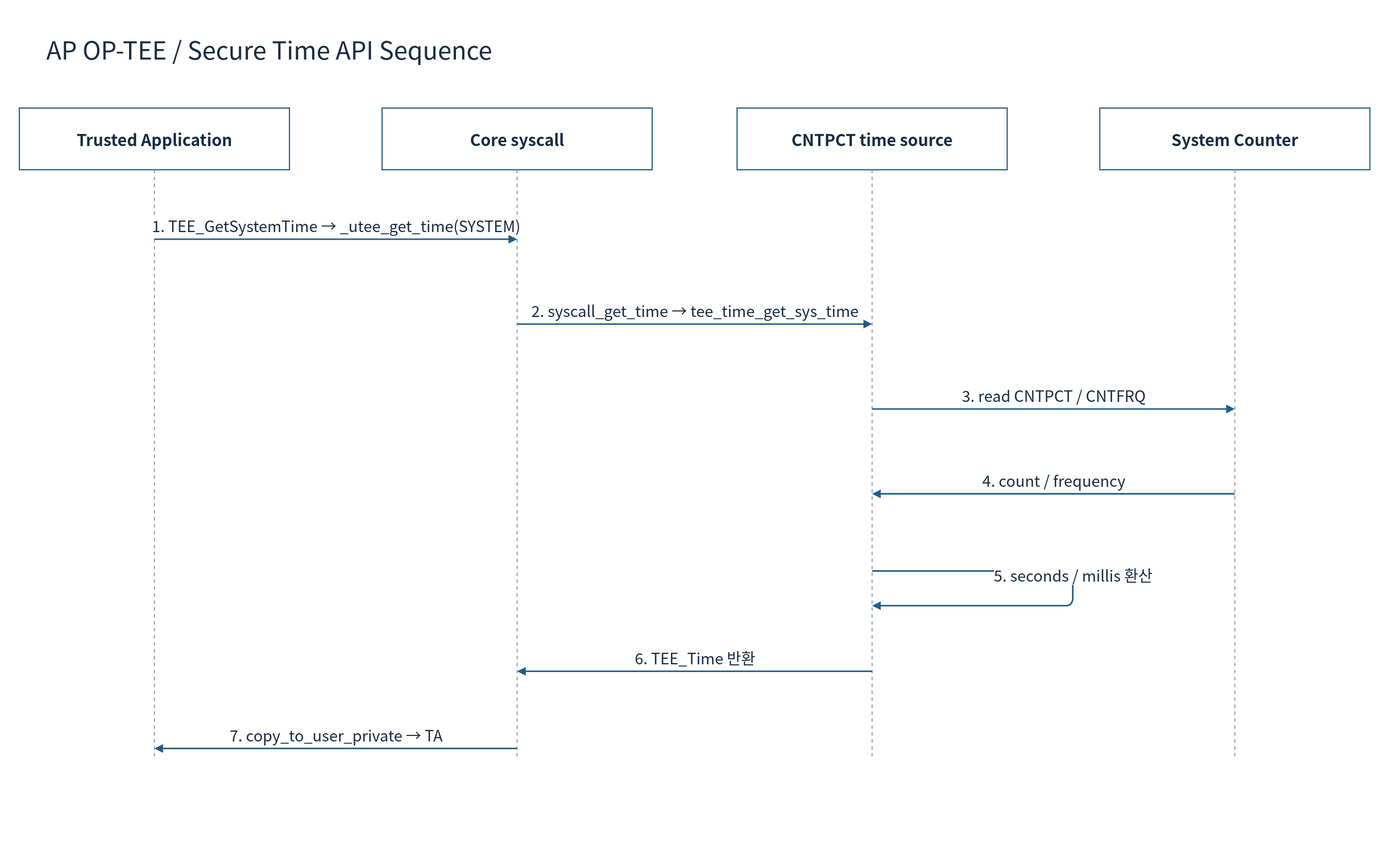
This is doc/phase1/timer/diagrams/08e-optee-time-sequence.drawio.svg from cometzero/project-apollo, a draw.io export, as it was before one commit. Source tidied: cells renumbered, new cells last; positions are measured from the earlier drawing's top-left corner, leaving out a move shared by most shapes. Source of this version:
```xml
<mxGraphModel background="#FFFFFF">
  <root>
    <mxCell id="0" />
    <mxCell id="1" parent="0" />
    <mxCell id="2" style="rounded=0;whiteSpace=wrap;html=1;fillColor=#FFFFFF;strokeColor=none;strokeWidth=1.5;fontColor=#172C43;fontFamily=Noto Sans CJK KR;fontSize=22;spacing=10;" parent="1" vertex="1">
      <mxGeometry width="1800" height="1120" as="geometry" />
    </mxCell>
    <mxCell id="3" value="AP OP-TEE / Secure Time API Sequence" style="rounded=0;whiteSpace=wrap;html=1;fillColor=#FFFFFF;strokeColor=none;strokeWidth=1.5;fontColor=#172C43;fontFamily=Noto Sans CJK KR;fontSize=22;spacing=10;fontSize=32;align=left;" parent="1" vertex="1">
      <mxGeometry x="50" y="30" width="1700" height="65" as="geometry" />
    </mxCell>
    <mxCell id="4" value="Trusted Application" style="rounded=0;whiteSpace=wrap;html=1;fillColor=#FFFFFF;strokeColor=#235D86;strokeWidth=1.5;fontColor=#172C43;fontFamily=Noto Sans CJK KR;fontSize=22;spacing=10;fontStyle=1;fontSize=21;" parent="1" vertex="1">
      <mxGeometry x="25" y="140" width="350" height="80" as="geometry" />
    </mxCell>
    <mxCell id="5" style="endArrow=none;dashed=1;strokeColor=#94A3B8;strokeWidth=1.5;" parent="1" edge="1">
      <mxGeometry relative="1" as="geometry">
        <mxPoint x="200" y="220" as="sourcePoint" />
        <mxPoint x="200" y="980" as="targetPoint" />
      </mxGeometry>
    </mxCell>
    <mxCell id="6" value="Core syscall" style="rounded=0;whiteSpace=wrap;html=1;fillColor=#FFFFFF;strokeColor=#235D86;strokeWidth=1.5;fontColor=#172C43;fontFamily=Noto Sans CJK KR;fontSize=22;spacing=10;fontStyle=1;fontSize=21;" parent="1" vertex="1">
      <mxGeometry x="495" y="140" width="350" height="80" as="geometry" />
    </mxCell>
    <mxCell id="7" style="endArrow=none;dashed=1;strokeColor=#94A3B8;strokeWidth=1.5;" parent="1" edge="1">
      <mxGeometry relative="1" as="geometry">
        <mxPoint x="670" y="220" as="sourcePoint" />
        <mxPoint x="670" y="980" as="targetPoint" />
      </mxGeometry>
    </mxCell>
    <mxCell id="8" value="CNTPCT time source" style="rounded=0;whiteSpace=wrap;html=1;fillColor=#FFFFFF;strokeColor=#235D86;strokeWidth=1.5;fontColor=#172C43;fontFamily=Noto Sans CJK KR;fontSize=22;spacing=10;fontStyle=1;fontSize=21;" parent="1" vertex="1">
      <mxGeometry x="955" y="140" width="350" height="80" as="geometry" />
    </mxCell>
    <mxCell id="9" style="endArrow=none;dashed=1;strokeColor=#94A3B8;strokeWidth=1.5;" parent="1" edge="1">
      <mxGeometry relative="1" as="geometry">
        <mxPoint x="1130" y="220" as="sourcePoint" />
        <mxPoint x="1130" y="980" as="targetPoint" />
      </mxGeometry>
    </mxCell>
    <mxCell id="10" value="System Counter" style="rounded=0;whiteSpace=wrap;html=1;fillColor=#FFFFFF;strokeColor=#235D86;strokeWidth=1.5;fontColor=#172C43;fontFamily=Noto Sans CJK KR;fontSize=22;spacing=10;fontStyle=1;fontSize=21;" parent="1" vertex="1">
      <mxGeometry x="1425" y="140" width="350" height="80" as="geometry" />
    </mxCell>
    <mxCell id="11" style="endArrow=none;dashed=1;strokeColor=#94A3B8;strokeWidth=1.5;" parent="1" edge="1">
      <mxGeometry relative="1" as="geometry">
        <mxPoint x="1600" y="220" as="sourcePoint" />
        <mxPoint x="1600" y="980" as="targetPoint" />
      </mxGeometry>
    </mxCell>
    <mxCell id="12" value="1. TEE_GetSystemTime → _utee_get_time(SYSTEM)" style="edgeStyle=none;html=1;endArrow=block;endFill=1;strokeColor=#235D86;strokeWidth=2;fontColor=#172C43;fontFamily=Noto Sans CJK KR;fontSize=20;labelBackgroundColor=#FFFFFF;" parent="1" edge="1">
      <mxGeometry relative="1" as="geometry">
        <mxPoint x="200" y="310" as="sourcePoint" />
        <mxPoint x="670" y="310" as="targetPoint" />
        <mxPoint y="-18" as="offset" />
      </mxGeometry>
    </mxCell>
    <mxCell id="13" value="2. syscall_get_time → tee_time_get_sys_time" style="edgeStyle=none;html=1;endArrow=block;endFill=1;strokeColor=#235D86;strokeWidth=2;fontColor=#172C43;fontFamily=Noto Sans CJK KR;fontSize=20;labelBackgroundColor=#FFFFFF;" parent="1" edge="1">
      <mxGeometry relative="1" as="geometry">
        <mxPoint x="670" y="420" as="sourcePoint" />
        <mxPoint x="1130" y="420" as="targetPoint" />
        <mxPoint y="-18" as="offset" />
      </mxGeometry>
    </mxCell>
    <mxCell id="14" value="3. read CNTPCT / CNTFRQ" style="edgeStyle=none;html=1;endArrow=block;endFill=1;strokeColor=#235D86;strokeWidth=2;fontColor=#172C43;fontFamily=Noto Sans CJK KR;fontSize=20;labelBackgroundColor=#FFFFFF;" parent="1" edge="1">
      <mxGeometry relative="1" as="geometry">
        <mxPoint x="1130" y="530" as="sourcePoint" />
        <mxPoint x="1600" y="530" as="targetPoint" />
        <mxPoint y="-18" as="offset" />
      </mxGeometry>
    </mxCell>
    <mxCell id="15" value="4. count / frequency" style="edgeStyle=none;html=1;endArrow=block;endFill=1;strokeColor=#235D86;strokeWidth=2;fontColor=#172C43;fontFamily=Noto Sans CJK KR;fontSize=20;labelBackgroundColor=#FFFFFF;" parent="1" edge="1">
      <mxGeometry relative="1" as="geometry">
        <mxPoint x="1600" y="640" as="sourcePoint" />
        <mxPoint x="1130" y="640" as="targetPoint" />
        <mxPoint y="-18" as="offset" />
      </mxGeometry>
    </mxCell>
    <mxCell id="16" value="5. seconds / millis 환산" style="edgeStyle=none;html=1;endArrow=block;endFill=1;strokeColor=#235D86;strokeWidth=2;fontColor=#172C43;fontFamily=Noto Sans CJK KR;fontSize=20;labelBackgroundColor=#FFFFFF;" parent="1" edge="1">
      <mxGeometry relative="1" as="geometry">
        <mxPoint x="1130" y="740" as="sourcePoint" />
        <mxPoint x="1130" y="785" as="targetPoint" />
        <Array as="points">
          <mxPoint x="1390" y="740" />
          <mxPoint x="1390" y="785" />
        </Array>
        <mxPoint y="-18" as="offset" />
      </mxGeometry>
    </mxCell>
    <mxCell id="17" value="6. TEE_Time 반환" style="edgeStyle=none;html=1;endArrow=block;endFill=1;strokeColor=#235D86;strokeWidth=2;fontColor=#172C43;fontFamily=Noto Sans CJK KR;fontSize=20;labelBackgroundColor=#FFFFFF;" parent="1" edge="1">
      <mxGeometry relative="1" as="geometry">
        <mxPoint x="1130" y="870" as="sourcePoint" />
        <mxPoint x="670" y="870" as="targetPoint" />
        <mxPoint y="-18" as="offset" />
      </mxGeometry>
    </mxCell>
    <mxCell id="18" value="7. copy_to_user_private → TA" style="edgeStyle=none;html=1;endArrow=block;endFill=1;strokeColor=#235D86;strokeWidth=2;fontColor=#172C43;fontFamily=Noto Sans CJK KR;fontSize=20;labelBackgroundColor=#FFFFFF;" parent="1" edge="1">
      <mxGeometry relative="1" as="geometry">
        <mxPoint x="670" y="970" as="sourcePoint" />
        <mxPoint x="200" y="970" as="targetPoint" />
        <mxPoint y="-18" as="offset" />
      </mxGeometry>
    </mxCell>
  </root>
</mxGraphModel>
```
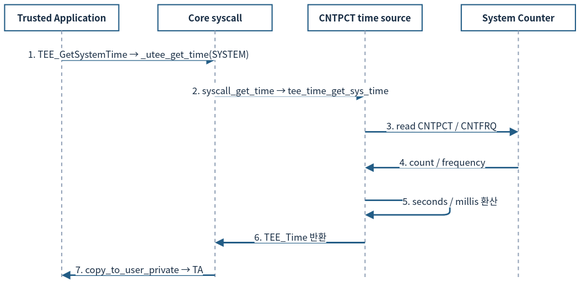
After the change.

What changed in the source:
```diff
@@ -2,99 +2,93 @@
   <root>
     <mxCell id="0" />
     <mxCell id="1" parent="0" />
-    <mxCell id="2" style="rounded=0;whiteSpace=wrap;html=1;fillColor=#FFFFFF;strokeColor=none;strokeWidth=1.5;fontColor=#172C43;fontFamily=Noto Sans CJK KR;fontSize=22;spacing=10;" parent="1" vertex="1">
-      <mxGeometry width="1800" height="1120" as="geometry" />
-    </mxCell>
-    <mxCell id="3" value="AP OP-TEE / Secure Time API Sequence" style="rounded=0;whiteSpace=wrap;html=1;fillColor=#FFFFFF;strokeColor=none;strokeWidth=1.5;fontColor=#172C43;fontFamily=Noto Sans CJK KR;fontSize=22;spacing=10;fontSize=32;align=left;" parent="1" vertex="1">
-      <mxGeometry x="50" y="30" width="1700" height="65" as="geometry" />
-    </mxCell>
-    <mxCell id="4" value="Trusted Application" style="rounded=0;whiteSpace=wrap;html=1;fillColor=#FFFFFF;strokeColor=#235D86;strokeWidth=1.5;fontColor=#172C43;fontFamily=Noto Sans CJK KR;fontSize=22;spacing=10;fontStyle=1;fontSize=21;" parent="1" vertex="1">
-      <mxGeometry x="25" y="140" width="350" height="80" as="geometry" />
+    <mxCell id="4" value="Trusted Application" style="rounded=0;whiteSpace=wrap;html=1;fillColor=#FFFFFF;strokeColor=#235D86;strokeWidth=1.5;fontColor=#172C43;fontFamily=Noto Sans CJK KR;fontStyle=1;fontSize=12;spacing=3;whiteSpace=wrap;" parent="1" vertex="1">
+      <mxGeometry x="12" y="12" width="148" height="33.8" as="geometry" />
     </mxCell>
-    <mxCell id="5" style="endArrow=none;dashed=1;strokeColor=#94A3B8;strokeWidth=1.5;" parent="1" edge="1">
+    <mxCell id="5" style="endArrow=none;dashed=1;strokeColor=#94A3B8;strokeWidth=1.5;fontSize=12;spacing=3;whiteSpace=nowrap;" parent="1" edge="1">
       <mxGeometry relative="1" as="geometry">
-        <mxPoint x="200" y="220" as="sourcePoint" />
-        <mxPoint x="200" y="980" as="targetPoint" />
+        <mxPoint x="86" y="45.8" as="sourcePoint" />
+        <mxPoint x="86" y="367.2" as="targetPoint" />
       </mxGeometry>
     </mxCell>
-    <mxCell id="6" value="Core syscall" style="rounded=0;whiteSpace=wrap;html=1;fillColor=#FFFFFF;strokeColor=#235D86;strokeWidth=1.5;fontColor=#172C43;fontFamily=Noto Sans CJK KR;fontSize=22;spacing=10;fontStyle=1;fontSize=21;" parent="1" vertex="1">
-      <mxGeometry x="495" y="140" width="350" height="80" as="geometry" />
+    <mxCell id="6" value="Core syscall" style="rounded=0;whiteSpace=wrap;html=1;fillColor=#FFFFFF;strokeColor=#235D86;strokeWidth=1.5;fontColor=#172C43;fontFamily=Noto Sans CJK KR;fontStyle=1;fontSize=12;spacing=3;whiteSpace=wrap;" parent="1" vertex="1">
+      <mxGeometry x="210.7" y="12" width="148" height="33.8" as="geometry" />
     </mxCell>
-    <mxCell id="7" style="endArrow=none;dashed=1;strokeColor=#94A3B8;strokeWidth=1.5;" parent="1" edge="1">
+    <mxCell id="7" style="endArrow=none;dashed=1;strokeColor=#94A3B8;strokeWidth=1.5;fontSize=12;spacing=3;whiteSpace=nowrap;" parent="1" edge="1">
       <mxGeometry relative="1" as="geometry">
-        <mxPoint x="670" y="220" as="sourcePoint" />
-        <mxPoint x="670" y="980" as="targetPoint" />
+        <mxPoint x="284.7" y="45.8" as="sourcePoint" />
+        <mxPoint x="284.7" y="367.2" as="targetPoint" />
       </mxGeometry>
     </mxCell>
-    <mxCell id="8" value="CNTPCT time source" style="rounded=0;whiteSpace=wrap;html=1;fillColor=#FFFFFF;strokeColor=#235D86;strokeWidth=1.5;fontColor=#172C43;fontFamily=Noto Sans CJK KR;fontSize=22;spacing=10;fontStyle=1;fontSize=21;" parent="1" vertex="1">
-      <mxGeometry x="955" y="140" width="350" height="80" as="geometry" />
+    <mxCell id="8" value="CNTPCT time source" style="rounded=0;whiteSpace=wrap;html=1;fillColor=#FFFFFF;strokeColor=#235D86;strokeWidth=1.5;fontColor=#172C43;fontFamily=Noto Sans CJK KR;fontStyle=1;fontSize=12;spacing=3;whiteSpace=wrap;" parent="1" vertex="1">
+      <mxGeometry x="405.3" y="12" width="148" height="33.8" as="geometry" />
     </mxCell>
-    <mxCell id="9" style="endArrow=none;dashed=1;strokeColor=#94A3B8;strokeWidth=1.5;" parent="1" edge="1">
+    <mxCell id="9" style="endArrow=none;dashed=1;strokeColor=#94A3B8;strokeWidth=1.5;fontSize=12;spacing=3;whiteSpace=nowrap;" parent="1" edge="1">
       <mxGeometry relative="1" as="geometry">
-        <mxPoint x="1130" y="220" as="sourcePoint" />
-        <mxPoint x="1130" y="980" as="targetPoint" />
+        <mxPoint x="479.3" y="45.8" as="sourcePoint" />
+        <mxPoint x="479.3" y="367.2" as="targetPoint" />
       </mxGeometry>
     </mxCell>
-    <mxCell id="10" value="System Counter" style="rounded=0;whiteSpace=wrap;html=1;fillColor=#FFFFFF;strokeColor=#235D86;strokeWidth=1.5;fontColor=#172C43;fontFamily=Noto Sans CJK KR;fontSize=22;spacing=10;fontStyle=1;fontSize=21;" parent="1" vertex="1">
-      <mxGeometry x="1425" y="140" width="350" height="80" as="geometry" />
+    <mxCell id="10" value="System Counter" style="rounded=0;whiteSpace=wrap;html=1;fillColor=#FFFFFF;strokeColor=#235D86;strokeWidth=1.5;fontColor=#172C43;fontFamily=Noto Sans CJK KR;fontStyle=1;fontSize=12;spacing=3;whiteSpace=wrap;" parent="1" vertex="1">
+      <mxGeometry x="604" y="12" width="148" height="33.8" as="geometry" />
     </mxCell>
-    <mxCell id="11" style="endArrow=none;dashed=1;strokeColor=#94A3B8;strokeWidth=1.5;" parent="1" edge="1">
+    <mxCell id="11" style="endArrow=none;dashed=1;strokeColor=#94A3B8;strokeWidth=1.5;fontSize=12;spacing=3;whiteSpace=nowrap;" parent="1" edge="1">
       <mxGeometry relative="1" as="geometry">
-        <mxPoint x="1600" y="220" as="sourcePoint" />
-        <mxPoint x="1600" y="980" as="targetPoint" />
+        <mxPoint x="678" y="45.8" as="sourcePoint" />
+        <mxPoint x="678" y="367.2" as="targetPoint" />
       </mxGeometry>
     </mxCell>
-    <mxCell id="12" value="1. TEE_GetSystemTime → _utee_get_time(SYSTEM)" style="edgeStyle=none;html=1;endArrow=block;endFill=1;strokeColor=#235D86;strokeWidth=2;fontColor=#172C43;fontFamily=Noto Sans CJK KR;fontSize=20;labelBackgroundColor=#FFFFFF;" parent="1" edge="1">
+    <mxCell id="12" value="1. TEE_GetSystemTime → _utee_get_time(SYSTEM)" style="edgeStyle=none;html=1;endArrow=block;endFill=1;strokeColor=#235D86;strokeWidth=2;fontColor=#172C43;fontFamily=Noto Sans CJK KR;labelBackgroundColor=#FFFFFF;fontSize=12;spacing=3;whiteSpace=nowrap;" parent="1" edge="1">
       <mxGeometry relative="1" as="geometry">
-        <mxPoint x="200" y="310" as="sourcePoint" />
-        <mxPoint x="670" y="310" as="targetPoint" />
-        <mxPoint y="-18" as="offset" />
+        <mxPoint x="86" y="83.9" as="sourcePoint" />
+        <mxPoint x="284.7" y="83.9" as="targetPoint" />
+        <mxPoint y="-7.6" as="offset" />
       </mxGeometry>
     </mxCell>
-    <mxCell id="13" value="2. syscall_get_time → tee_time_get_sys_time" style="edgeStyle=none;html=1;endArrow=block;endFill=1;strokeColor=#235D86;strokeWidth=2;fontColor=#172C43;fontFamily=Noto Sans CJK KR;fontSize=20;labelBackgroundColor=#FFFFFF;" parent="1" edge="1">
+    <mxCell id="13" value="2. syscall_get_time → tee_time_get_sys_time" style="edgeStyle=none;html=1;endArrow=block;endFill=1;strokeColor=#235D86;strokeWidth=2;fontColor=#172C43;fontFamily=Noto Sans CJK KR;labelBackgroundColor=#FFFFFF;fontSize=12;spacing=3;whiteSpace=nowrap;" parent="1" edge="1">
       <mxGeometry relative="1" as="geometry">
-        <mxPoint x="670" y="420" as="sourcePoint" />
-        <mxPoint x="1130" y="420" as="targetPoint" />
-        <mxPoint y="-18" as="offset" />
+        <mxPoint x="284.7" y="130.4" as="sourcePoint" />
+        <mxPoint x="479.3" y="130.4" as="targetPoint" />
+        <mxPoint y="-7.6" as="offset" />
       </mxGeometry>
     </mxCell>
-    <mxCell id="14" value="3. read CNTPCT / CNTFRQ" style="edgeStyle=none;html=1;endArrow=block;endFill=1;strokeColor=#235D86;strokeWidth=2;fontColor=#172C43;fontFamily=Noto Sans CJK KR;fontSize=20;labelBackgroundColor=#FFFFFF;" parent="1" edge="1">
+    <mxCell id="14" value="3. read CNTPCT / CNTFRQ" style="edgeStyle=none;html=1;endArrow=block;endFill=1;strokeColor=#235D86;strokeWidth=2;fontColor=#172C43;fontFamily=Noto Sans CJK KR;labelBackgroundColor=#FFFFFF;fontSize=12;spacing=3;whiteSpace=nowrap;" parent="1" edge="1">
       <mxGeometry relative="1" as="geometry">
-        <mxPoint x="1130" y="530" as="sourcePoint" />
-        <mxPoint x="1600" y="530" as="targetPoint" />
-        <mxPoint y="-18" as="offset" />
+        <mxPoint x="479.3" y="176.9" as="sourcePoint" />
+        <mxPoint x="678" y="176.9" as="targetPoint" />
+        <mxPoint y="-7.6" as="offset" />
       </mxGeometry>
     </mxCell>
-    <mxCell id="15" value="4. count / frequency" style="edgeStyle=none;html=1;endArrow=block;endFill=1;strokeColor=#235D86;strokeWidth=2;fontColor=#172C43;fontFamily=Noto Sans CJK KR;fontSize=20;labelBackgroundColor=#FFFFFF;" parent="1" edge="1">
+    <mxCell id="15" value="4. count / frequency" style="edgeStyle=none;html=1;endArrow=block;endFill=1;strokeColor=#235D86;strokeWidth=2;fontColor=#172C43;fontFamily=Noto Sans CJK KR;labelBackgroundColor=#FFFFFF;fontSize=12;spacing=3;whiteSpace=nowrap;" parent="1" edge="1">
       <mxGeometry relative="1" as="geometry">
-        <mxPoint x="1600" y="640" as="sourcePoint" />
-        <mxPoint x="1130" y="640" as="targetPoint" />
-        <mxPoint y="-18" as="offset" />
+        <mxPoint x="678" y="223.4" as="sourcePoint" />
+        <mxPoint x="479.3" y="223.4" as="targetPoint" />
+        <mxPoint y="-7.6" as="offset" />
       </mxGeometry>
     </mxCell>
-    <mxCell id="16" value="5. seconds / millis 환산" style="edgeStyle=none;html=1;endArrow=block;endFill=1;strokeColor=#235D86;strokeWidth=2;fontColor=#172C43;fontFamily=Noto Sans CJK KR;fontSize=20;labelBackgroundColor=#FFFFFF;" parent="1" edge="1">
+    <mxCell id="16" value="5. seconds / millis 환산" style="edgeStyle=none;html=1;endArrow=block;endFill=1;strokeColor=#235D86;strokeWidth=2;fontColor=#172C43;fontFamily=Noto Sans CJK KR;labelBackgroundColor=#FFFFFF;fontSize=12;spacing=3;whiteSpace=nowrap;" parent="1" edge="1">
       <mxGeometry relative="1" as="geometry">
-        <mxPoint x="1130" y="740" as="sourcePoint" />
-        <mxPoint x="1130" y="785" as="targetPoint" />
+        <mxPoint x="479.3" y="265.7" as="sourcePoint" />
+        <mxPoint x="479.3" y="284.7" as="targetPoint" />
         <Array as="points">
-          <mxPoint x="1390" y="740" />
-          <mxPoint x="1390" y="785" />
+          <mxPoint x="589.2" y="265.7" />
+          <mxPoint x="589.2" y="284.7" />
         </Array>
-        <mxPoint y="-18" as="offset" />
+        <mxPoint y="-7.6" as="offset" />
       </mxGeometry>
     </mxCell>
-    <mxCell id="17" value="6. TEE_Time 반환" style="edgeStyle=none;html=1;endArrow=block;endFill=1;strokeColor=#235D86;strokeWidth=2;fontColor=#172C43;fontFamily=Noto Sans CJK KR;fontSize=20;labelBackgroundColor=#FFFFFF;" parent="1" edge="1">
+    <mxCell id="17" value="6. TEE_Time 반환" style="edgeStyle=none;html=1;endArrow=block;endFill=1;strokeColor=#235D86;strokeWidth=2;fontColor=#172C43;fontFamily=Noto Sans CJK KR;labelBackgroundColor=#FFFFFF;fontSize=12;spacing=3;whiteSpace=nowrap;" parent="1" edge="1">
       <mxGeometry relative="1" as="geometry">
-        <mxPoint x="1130" y="870" as="sourcePoint" />
-        <mxPoint x="670" y="870" as="targetPoint" />
-        <mxPoint y="-18" as="offset" />
+        <mxPoint x="479.3" y="320.7" as="sourcePoint" />
+        <mxPoint x="284.7" y="320.7" as="targetPoint" />
+        <mxPoint y="-7.6" as="offset" />
       </mxGeometry>
     </mxCell>
-    <mxCell id="18" value="7. copy_to_user_private → TA" style="edgeStyle=none;html=1;endArrow=block;endFill=1;strokeColor=#235D86;strokeWidth=2;fontColor=#172C43;fontFamily=Noto Sans CJK KR;fontSize=20;labelBackgroundColor=#FFFFFF;" parent="1" edge="1">
+    <mxCell id="18" value="7. copy_to_user_private → TA" style="edgeStyle=none;html=1;endArrow=block;endFill=1;strokeColor=#235D86;strokeWidth=2;fontColor=#172C43;fontFamily=Noto Sans CJK KR;labelBackgroundColor=#FFFFFF;fontSize=12;spacing=3;whiteSpace=nowrap;" parent="1" edge="1">
       <mxGeometry relative="1" as="geometry">
-        <mxPoint x="670" y="970" as="sourcePoint" />
-        <mxPoint x="200" y="970" as="targetPoint" />
-        <mxPoint y="-18" as="offset" />
+        <mxPoint x="284.7" y="363" as="sourcePoint" />
+        <mxPoint x="86" y="363" as="targetPoint" />
+        <mxPoint y="-7.6" as="offset" />
       </mxGeometry>
     </mxCell>
   </root>
```
